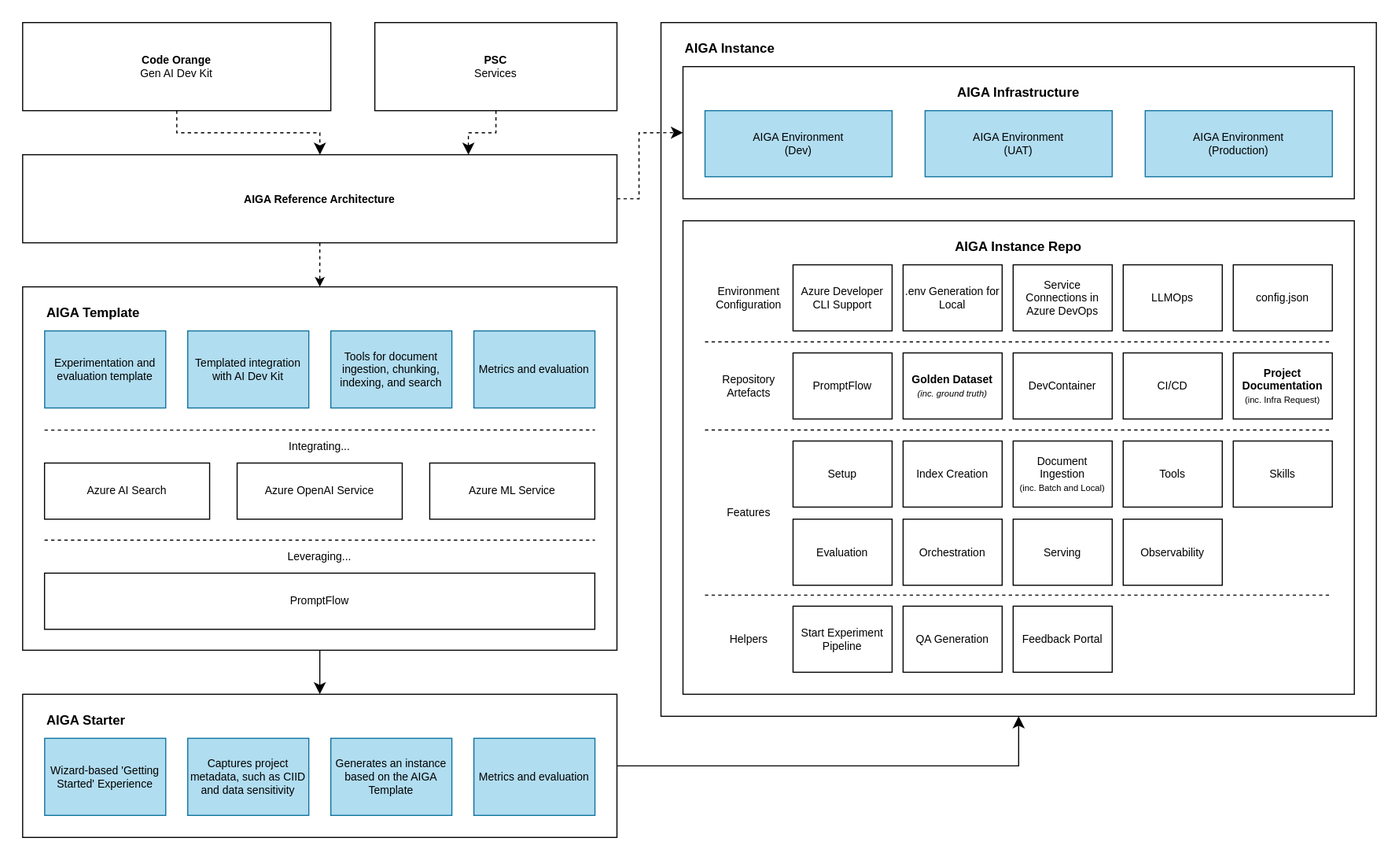
Before: docs/assets/AIGA.svg, a diagram exported from draw.io (crew-sherlock/Experiment1). Source tidied: cells renumbered, new cells last; positions are measured from the earlier drawing's top-left corner, leaving out a move shared by most shapes.
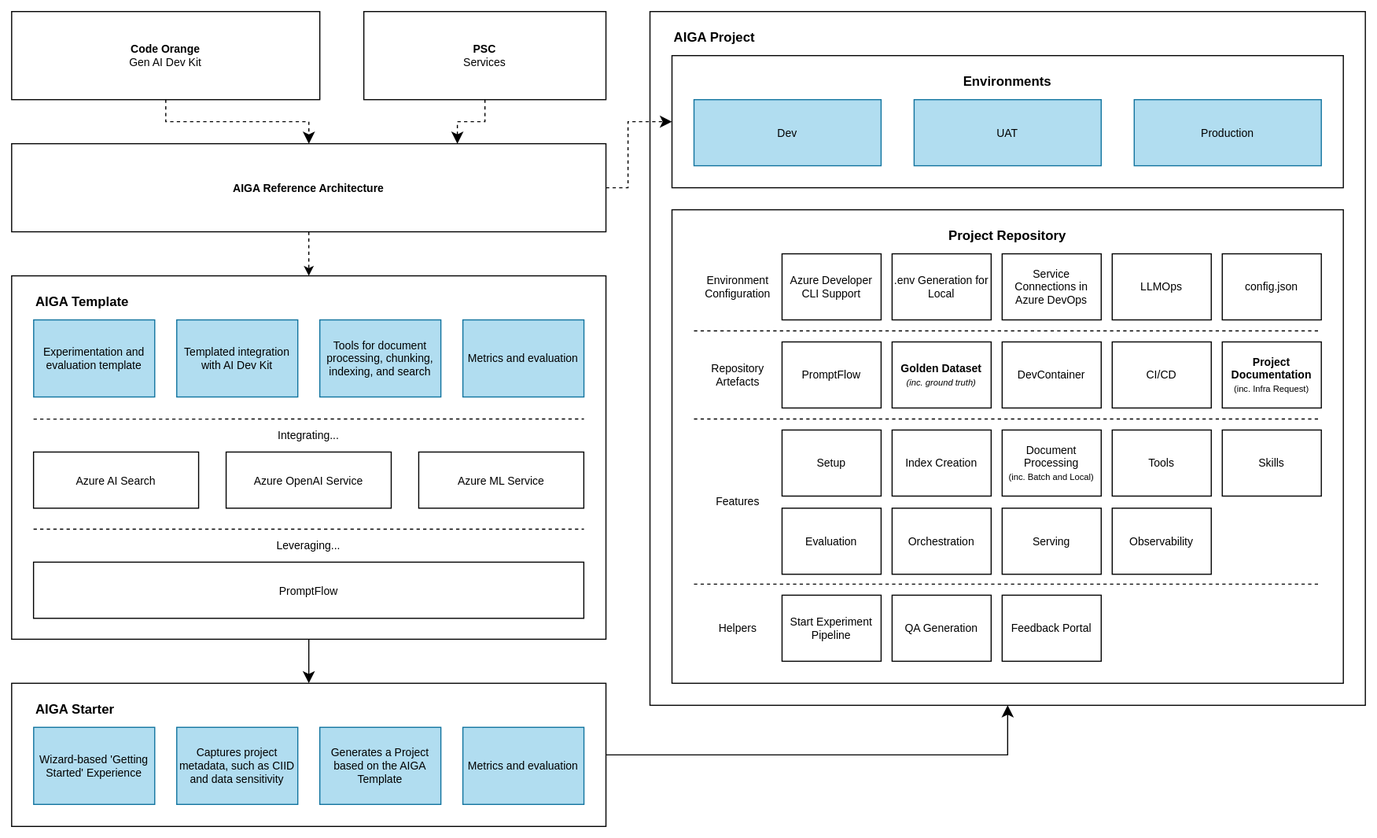
After the change.

What changed in the source:
```diff
@@ -32,7 +32,7 @@
     <mxCell id="11" value="Templated integration with AI Dev Kit" style="whiteSpace=wrap;html=1;fontSize=10;fillColor=#b1ddf0;strokeColor=#10739e;labelBackgroundColor=none;fontColor=#000000;" parent="1" vertex="1">
       <mxGeometry x="150" y="280" width="110" height="70" as="geometry" />
     </mxCell>
-    <mxCell id="12" value="Tools for document ingestion, chunking, indexing, and search" style="whiteSpace=wrap;html=1;fontSize=10;fillColor=#b1ddf0;strokeColor=#10739e;labelBackgroundColor=none;fontColor=#000000;" parent="1" vertex="1">
+    <mxCell id="12" value="Tools for document processing, chunking, indexing, and search" style="whiteSpace=wrap;html=1;fontSize=10;fillColor=#b1ddf0;strokeColor=#10739e;labelBackgroundColor=none;fontColor=#000000;" parent="1" vertex="1">
       <mxGeometry x="280" y="280" width="110" height="70" as="geometry" />
     </mxCell>
     <mxCell id="13" value="Metrics and evaluation" style="whiteSpace=wrap;html=1;fontSize=10;fillColor=#b1ddf0;strokeColor=#10739e;labelBackgroundColor=none;fontColor=#000000;" parent="1" vertex="1">
@@ -80,22 +80,22 @@
     <mxCell id="25" value="Captures project metadata, such as CIID and data sensitivity" style="whiteSpace=wrap;html=1;fontSize=10;fillColor=#b1ddf0;strokeColor=#10739e;labelBackgroundColor=none;fontColor=#000000;" parent="1" vertex="1">
       <mxGeometry x="150" y="650" width="110" height="70" as="geometry" />
     </mxCell>
-    <mxCell id="26" value="Generates an instance based on the AIGA Template" style="whiteSpace=wrap;html=1;fontSize=10;fillColor=#b1ddf0;strokeColor=#10739e;labelBackgroundColor=none;fontColor=#000000;" parent="1" vertex="1">
+    <mxCell id="26" value="Generates a Project based on the AIGA Template" style="whiteSpace=wrap;html=1;fontSize=10;fillColor=#b1ddf0;strokeColor=#10739e;labelBackgroundColor=none;fontColor=#000000;" parent="1" vertex="1">
       <mxGeometry x="280" y="650" width="110" height="70" as="geometry" />
     </mxCell>
     <mxCell id="27" value="Metrics and evaluation" style="whiteSpace=wrap;html=1;fontSize=10;fillColor=#b1ddf0;strokeColor=#10739e;labelBackgroundColor=none;fontColor=#000000;" parent="1" vertex="1">
       <mxGeometry x="410" y="650" width="110" height="70" as="geometry" />
     </mxCell>
-    <mxCell id="28" value="AIGA Instance" style="whiteSpace=wrap;html=1;verticalAlign=top;align=left;fontStyle=1;fontSize=12;spacingLeft=20;spacingTop=10;" parent="1" vertex="1">
+    <mxCell id="28" value="AIGA Project" style="whiteSpace=wrap;html=1;verticalAlign=top;align=left;fontStyle=1;fontSize=12;spacingLeft=20;spacingTop=10;" parent="1" vertex="1">
       <mxGeometry x="580" width="650" height="630" as="geometry" />
     </mxCell>
-    <mxCell id="29" value="AIGA Infrastructure" style="whiteSpace=wrap;html=1;verticalAlign=top;align=center;fontStyle=1;fontSize=12;spacingLeft=0;spacingTop=10;" parent="1" vertex="1">
+    <mxCell id="29" value="Environments" style="whiteSpace=wrap;html=1;verticalAlign=top;align=center;fontStyle=1;fontSize=12;spacingLeft=0;spacingTop=10;" parent="1" vertex="1">
       <mxGeometry x="600" y="40" width="610" height="120" as="geometry" />
     </mxCell>
-    <mxCell id="30" value="AIGA Environment&lt;div&gt;(Dev)&lt;/div&gt;" style="whiteSpace=wrap;html=1;fontSize=10;fillColor=#b1ddf0;strokeColor=#10739e;labelBackgroundColor=none;fontColor=#000000;" parent="1" vertex="1">
+    <mxCell id="30" value="Dev" style="whiteSpace=wrap;html=1;fontSize=10;fillColor=#b1ddf0;strokeColor=#10739e;labelBackgroundColor=none;fontColor=#000000;" parent="1" vertex="1">
       <mxGeometry x="620" y="80" width="170" height="60" as="geometry" />
     </mxCell>
-    <mxCell id="31" value="AIGA Instance Repo" style="whiteSpace=wrap;html=1;verticalAlign=top;align=center;fontStyle=1;fontSize=12;spacingLeft=0;spacingTop=10;" parent="1" vertex="1">
+    <mxCell id="31" value="Project Repository" style="whiteSpace=wrap;html=1;verticalAlign=top;align=center;fontStyle=1;fontSize=12;spacingLeft=0;spacingTop=10;" parent="1" vertex="1">
       <mxGeometry x="600" y="180" width="610" height="430" as="geometry" />
     </mxCell>
     <mxCell id="32" style="edgeStyle=none;orthogonalLoop=1;jettySize=auto;html=1;rounded=0;endArrow=none;endFill=0;dashed=1;fontSize=10;" parent="1" edge="1">
@@ -140,10 +140,10 @@
     <mxCell id="44" value="&lt;b&gt;Project Documentation&lt;/b&gt;&lt;div&gt;&lt;font style=&quot;font-size: 8px;&quot;&gt;(inc. Infra Request)&lt;/font&gt;&lt;/div&gt;" style="whiteSpace=wrap;html=1;fontSize=10;" parent="1" vertex="1">
       <mxGeometry x="1100" y="300" width="90" height="60" as="geometry" />
     </mxCell>
-    <mxCell id="45" value="AIGA Environment&lt;div&gt;(UAT)&lt;/div&gt;" style="whiteSpace=wrap;html=1;fontSize=10;fillColor=#b1ddf0;strokeColor=#10739e;labelBackgroundColor=none;fontColor=#000000;" parent="1" vertex="1">
+    <mxCell id="45" value="UAT" style="whiteSpace=wrap;html=1;fontSize=10;fillColor=#b1ddf0;strokeColor=#10739e;labelBackgroundColor=none;fontColor=#000000;" parent="1" vertex="1">
       <mxGeometry x="820" y="80" width="170" height="60" as="geometry" />
     </mxCell>
-    <mxCell id="46" value="AIGA Environment&lt;div&gt;(Production)&lt;/div&gt;" style="whiteSpace=wrap;html=1;fontSize=10;fillColor=#b1ddf0;strokeColor=#10739e;labelBackgroundColor=none;fontColor=#000000;" parent="1" vertex="1">
+    <mxCell id="46" value="Production" style="whiteSpace=wrap;html=1;fontSize=10;fillColor=#b1ddf0;strokeColor=#10739e;labelBackgroundColor=none;fontColor=#000000;" parent="1" vertex="1">
       <mxGeometry x="1020" y="80" width="170" height="60" as="geometry" />
     </mxCell>
     <mxCell id="47" style="edgeStyle=none;orthogonalLoop=1;jettySize=auto;html=1;rounded=0;endArrow=none;endFill=0;dashed=1;fontSize=10;" parent="1" edge="1">
@@ -161,7 +161,7 @@
     <mxCell id="50" value="Index Creation" style="whiteSpace=wrap;html=1;fontSize=10;" parent="1" vertex="1">
       <mxGeometry x="800" y="380" width="90" height="60" as="geometry" />
     </mxCell>
-    <mxCell id="51" value="Document Ingestion&lt;div&gt;&lt;font style=&quot;font-size: 8px;&quot;&gt;(inc. Batch and Local)&lt;/font&gt;&lt;/div&gt;" style="whiteSpace=wrap;html=1;fontSize=10;" parent="1" vertex="1">
+    <mxCell id="51" value="Document Processing&lt;div&gt;&lt;font style=&quot;font-size: 8px;&quot;&gt;(inc. Batch and Local)&lt;/font&gt;&lt;/div&gt;" style="whiteSpace=wrap;html=1;fontSize=10;" parent="1" vertex="1">
       <mxGeometry x="900" y="380" width="90" height="60" as="geometry" />
     </mxCell>
     <mxCell id="52" value="Tools" style="whiteSpace=wrap;html=1;fontSize=10;" parent="1" vertex="1">
```
